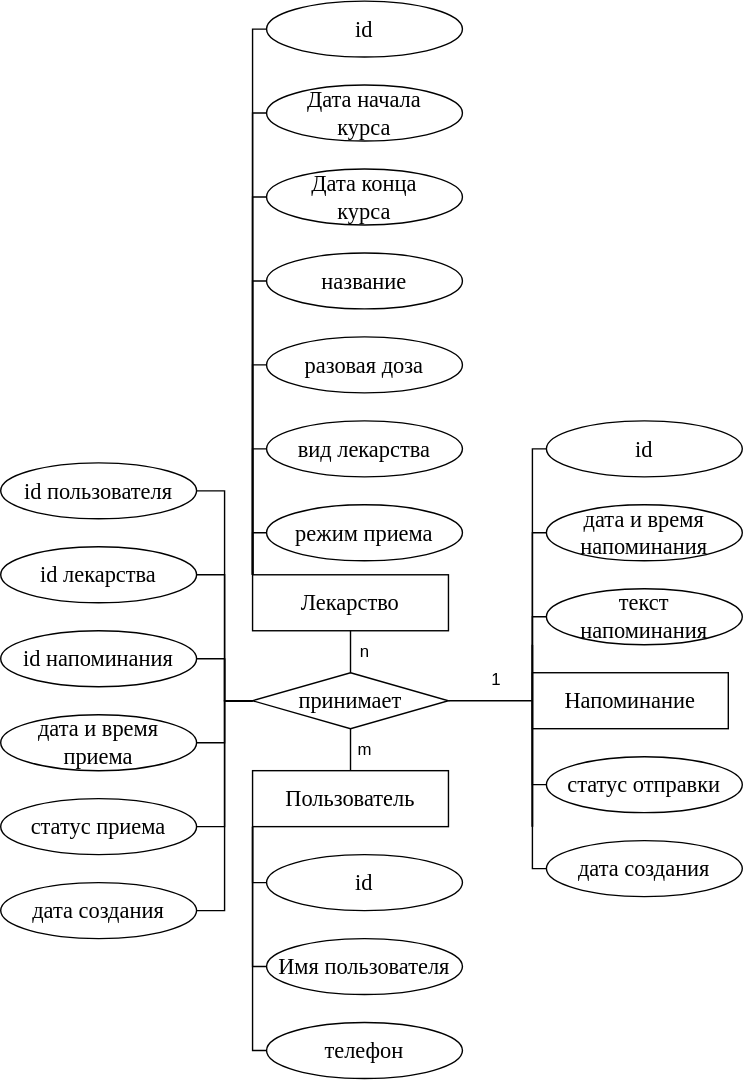
This is ppo/labs/lab_01/img/er-diag.svg from nikitalystsev/sem_06_bmstu, a draw.io export, as it was before one commit. Source tidied: cells renumbered, new cells last; positions are measured from the earlier drawing's top-left corner, leaving out a move shared by most shapes.
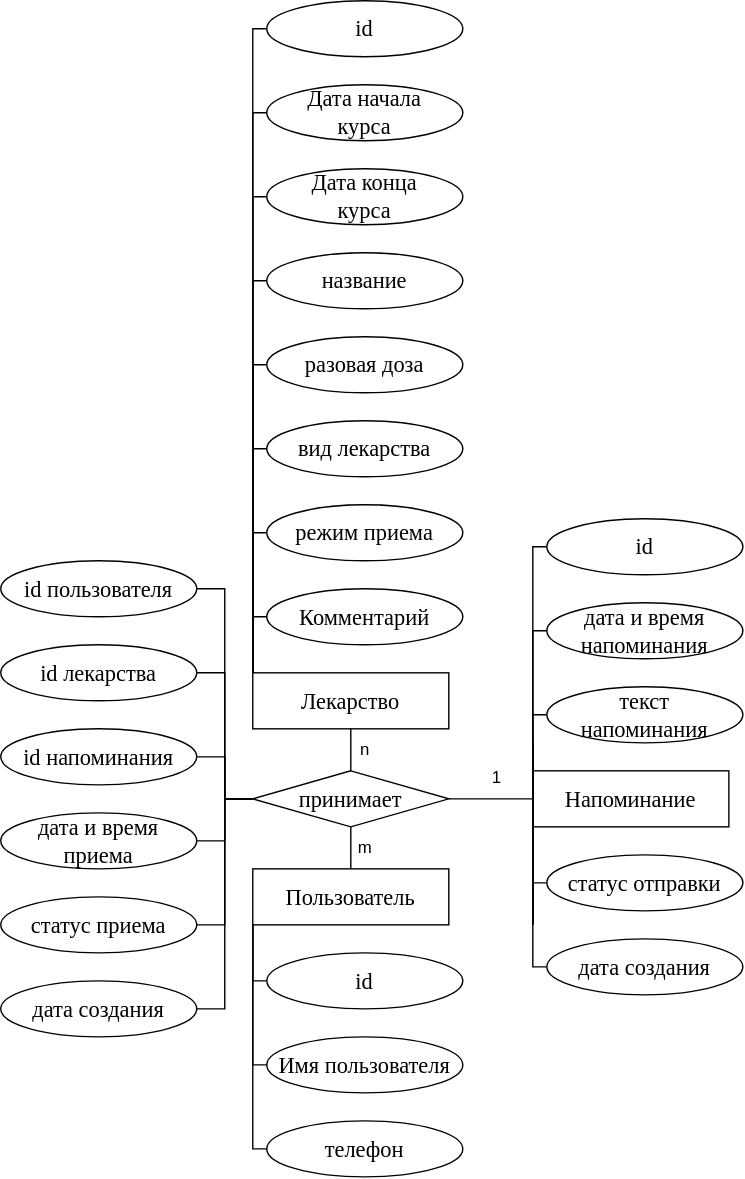
Above is the later version.

What changed in the source:
```diff
@@ -15,22 +15,22 @@
       <mxGeometry x="180" y="410" width="140" height="40" as="geometry" />
     </mxCell>
     <mxCell id="6" value="название" style="ellipse;whiteSpace=wrap;html=1;fontFamily=Times New Roman;fontSize=16;" parent="1" vertex="1">
-      <mxGeometry x="190" y="180" width="140" height="40" as="geometry" />
+      <mxGeometry x="190" y="110" width="140" height="40" as="geometry" />
     </mxCell>
     <mxCell id="7" value="разовая доза" style="ellipse;whiteSpace=wrap;html=1;fontFamily=Times New Roman;fontSize=16;" parent="1" vertex="1">
-      <mxGeometry x="190" y="240" width="140" height="40" as="geometry" />
+      <mxGeometry x="190" y="170" width="140" height="40" as="geometry" />
     </mxCell>
     <mxCell id="8" value="id" style="ellipse;whiteSpace=wrap;html=1;fontFamily=Times New Roman;fontSize=16;" parent="1" vertex="1">
-      <mxGeometry x="190" width="140" height="40" as="geometry" />
+      <mxGeometry x="190" y="-70" width="140" height="40" as="geometry" />
     </mxCell>
     <mxCell id="9" value="id" style="ellipse;whiteSpace=wrap;html=1;fontFamily=Times New Roman;fontSize=16;" parent="1" vertex="1">
       <mxGeometry x="190" y="610" width="140" height="40" as="geometry" />
     </mxCell>
     <mxCell id="10" value="вид лекарства" style="ellipse;whiteSpace=wrap;html=1;fontFamily=Times New Roman;fontSize=16;" parent="1" vertex="1">
-      <mxGeometry x="190" y="300" width="140" height="40" as="geometry" />
+      <mxGeometry x="190" y="230" width="140" height="40" as="geometry" />
     </mxCell>
     <mxCell id="11" value="режим приема" style="ellipse;whiteSpace=wrap;html=1;fontFamily=Times New Roman;fontSize=16;" parent="1" vertex="1">
-      <mxGeometry x="190" y="360" width="140" height="40" as="geometry" />
+      <mxGeometry x="190" y="290" width="140" height="40" as="geometry" />
     </mxCell>
     <mxCell id="12" style="endArrow=none;html=1;rounded=0;entryX=0;entryY=0.5;entryDx=0;entryDy=0;" parent="1" edge="1" target="8">
       <mxGeometry relative="1" as="geometry">
@@ -38,6 +38,7 @@
         <Array as="points">
           <mxPoint x="180" y="140" />
           <mxPoint x="180" y="20" />
+          <mxPoint x="180" y="-50" />
         </Array>
       </mxGeometry>
     </mxCell>
@@ -46,6 +47,7 @@
         <mxPoint x="180" y="410" as="sourcePoint" />
         <Array as="points">
           <mxPoint x="180" y="200" />
+          <mxPoint x="180" y="130" />
         </Array>
       </mxGeometry>
     </mxCell>
@@ -53,6 +55,7 @@
       <mxGeometry relative="1" as="geometry">
         <Array as="points">
           <mxPoint x="180" y="260" />
+          <mxPoint x="180" y="190" />
         </Array>
       </mxGeometry>
     </mxCell>
@@ -61,6 +64,7 @@
         <mxPoint x="180" y="410" as="sourcePoint" />
         <Array as="points">
           <mxPoint x="180" y="320" />
+          <mxPoint x="180" y="250" />
         </Array>
       </mxGeometry>
     </mxCell>
@@ -69,6 +73,7 @@
         <mxPoint x="180" y="410" as="sourcePoint" />
         <Array as="points">
           <mxPoint x="180" y="380" />
+          <mxPoint x="180" y="310" />
         </Array>
       </mxGeometry>
     </mxCell>
@@ -234,16 +239,17 @@
       </mxGeometry>
     </mxCell>
     <mxCell id="48" value="Дата начала &lt;br&gt;курса" style="ellipse;whiteSpace=wrap;html=1;fontFamily=Times New Roman;fontSize=16;" parent="1" vertex="1">
-      <mxGeometry x="190" y="60" width="140" height="40" as="geometry" />
+      <mxGeometry x="190" y="-10" width="140" height="40" as="geometry" />
     </mxCell>
     <mxCell id="49" value="Дата конца&lt;br&gt;курса" style="ellipse;whiteSpace=wrap;html=1;fontFamily=Times New Roman;fontSize=16;" parent="1" vertex="1">
-      <mxGeometry x="190" y="120" width="140" height="40" as="geometry" />
+      <mxGeometry x="190" y="50" width="140" height="40" as="geometry" />
     </mxCell>
     <mxCell id="50" style="endArrow=none;html=1;rounded=0;entryX=0;entryY=0.5;entryDx=0;entryDy=0;" parent="1" edge="1" target="48">
       <mxGeometry relative="1" as="geometry">
         <mxPoint x="180" y="410" as="sourcePoint" />
         <Array as="points">
           <mxPoint x="180" y="80" />
+          <mxPoint x="180" y="10" />
         </Array>
       </mxGeometry>
     </mxCell>
@@ -252,6 +258,7 @@
         <mxPoint x="180" y="410" as="sourcePoint" />
         <Array as="points">
           <mxPoint x="180" y="140" />
+          <mxPoint x="180" y="70" />
         </Array>
       </mxGeometry>
     </mxCell>
@@ -267,5 +274,15 @@
         </Array>
       </mxGeometry>
     </mxCell>
+    <mxCell id="54" value="Комментарий" style="ellipse;whiteSpace=wrap;html=1;fontFamily=Times New Roman;fontSize=16;" parent="1" vertex="1">
+      <mxGeometry x="190" y="350" width="140" height="40" as="geometry" />
+    </mxCell>
+    <mxCell id="55" style="endArrow=none;html=1;rounded=0;entryX=0;entryY=0.5;entryDx=0;entryDy=0;exitX=0;exitY=0;exitDx=0;exitDy=0;exitPerimeter=0;" parent="1" edge="1" source="5" target="54">
+      <mxGeometry relative="1" as="geometry">
+        <Array as="points">
+          <mxPoint x="180" y="370" />
+        </Array>
+      </mxGeometry>
+    </mxCell>
   </root>
 </mxGraphModel>
```
